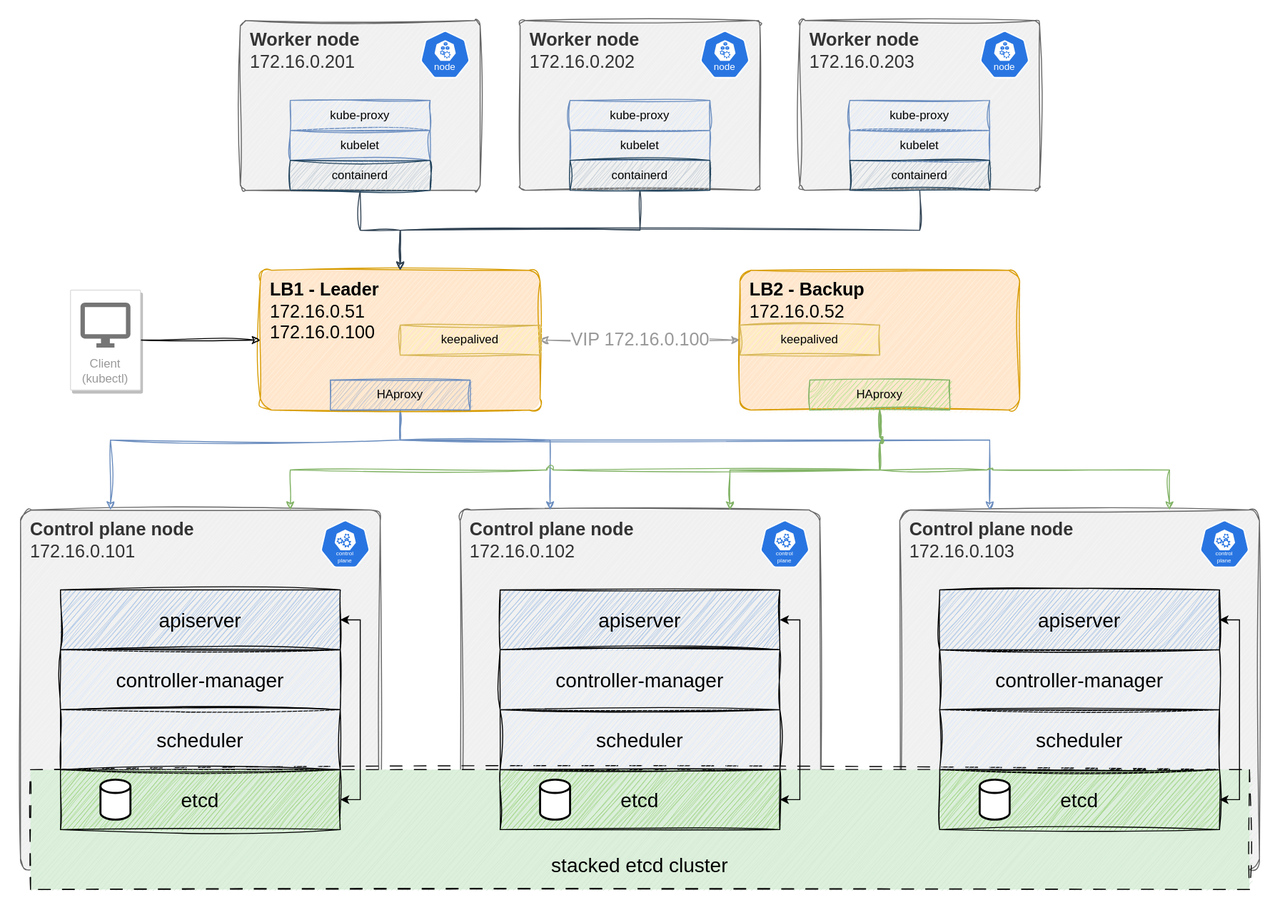
Before: docs/k8s-ha-hyperv-sketch.drawio.svg, a diagram exported from draw.io (mdpdesign/k8s-hyperv-kubeadm). Source tidied: cells renumbered, new cells last; positions are measured from the earlier drawing's top-left corner, leaving out a move shared by most shapes.
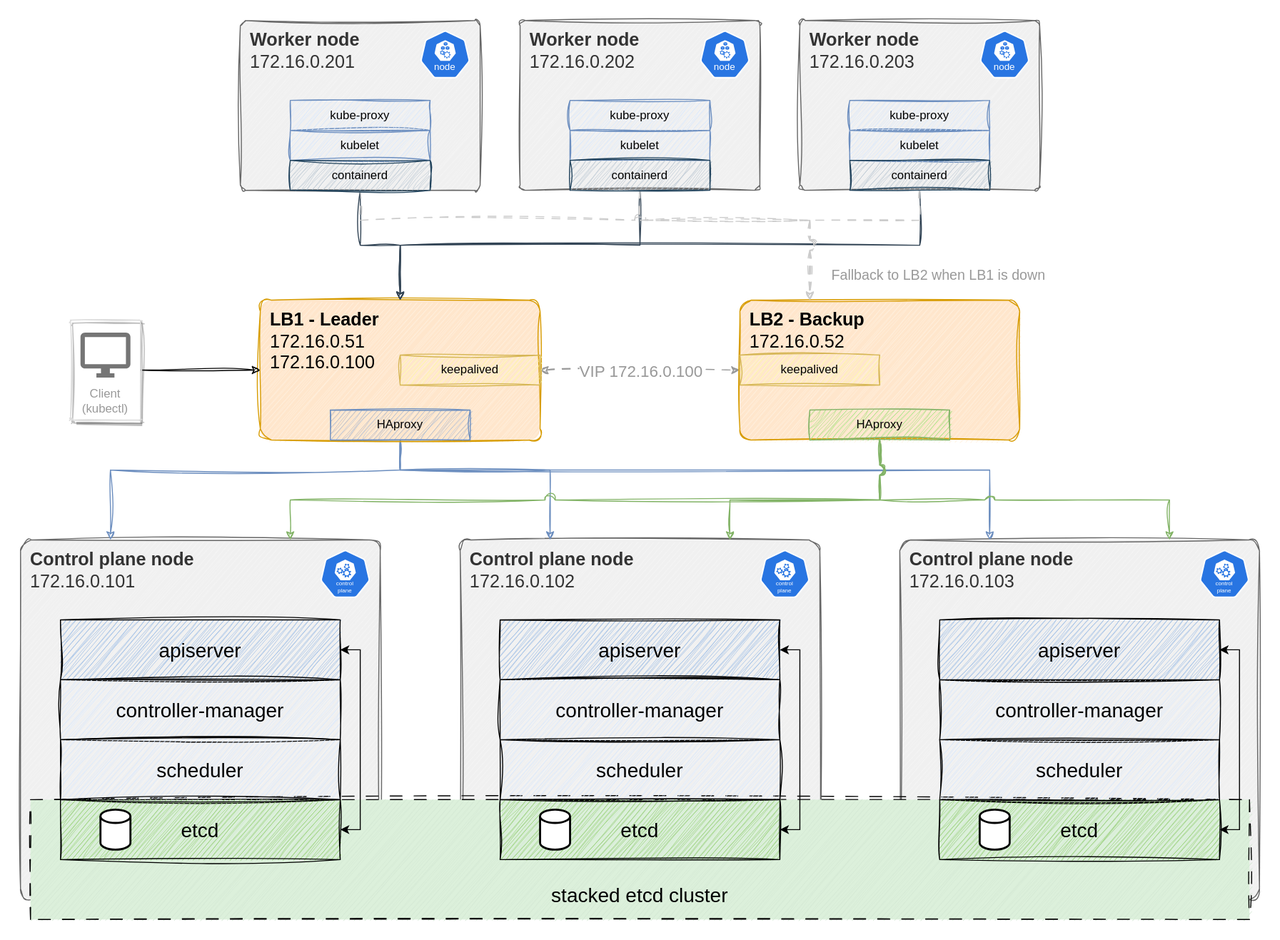
After the commit.

The edit, as a diff of the source:
```diff
@@ -5,3 +5,3 @@
     <mxCell id="2" style="rounded=1;whiteSpace=wrap;html=1;fillColor=#F0F0F0;fontColor=#333333;strokeColor=none;align=left;verticalAlign=top;fontStyle=1;fontSize=18;spacingTop=5;spacing=0;spacingLeft=10;arcSize=3;" parent="1" vertex="1">
-      <mxGeometry x="220" width="240" height="170" as="geometry" />
+      <mxGeometry x="220" y="-30" width="240" height="170" as="geometry" />
     </mxCell>
@@ -23,6 +23,6 @@
     <mxCell id="8" style="rounded=1;whiteSpace=wrap;html=1;fillColor=#F0F0F0;fontColor=#333333;strokeColor=none;align=left;verticalAlign=top;fontStyle=1;fontSize=18;spacingTop=5;spacing=0;spacingLeft=10;arcSize=3;" parent="1" vertex="1">
-      <mxGeometry x="500" width="240" height="170" as="geometry" />
+      <mxGeometry x="500" y="-30" width="240" height="170" as="geometry" />
     </mxCell>
     <mxCell id="9" style="rounded=1;whiteSpace=wrap;html=1;fillColor=#F0F0F0;fontColor=#333333;strokeColor=none;align=left;verticalAlign=top;fontStyle=1;fontSize=18;spacingTop=5;spacing=0;spacingLeft=10;arcSize=3;" parent="1" vertex="1">
-      <mxGeometry x="780" width="240" height="170" as="geometry" />
+      <mxGeometry x="780" y="-30" width="240" height="170" as="geometry" />
     </mxCell>
@@ -45,3 +45,3 @@
     <mxCell id="16" value="Worker node&lt;br&gt;&lt;span style=&quot;font-weight: normal;&quot;&gt;172.16.0.201&lt;/span&gt;" style="rounded=1;whiteSpace=wrap;html=1;fillColor=#f5f5f5;fontColor=#333333;strokeColor=#666666;align=left;verticalAlign=top;fontStyle=1;fontSize=18;spacingTop=5;spacing=0;spacingLeft=10;arcSize=3;sketch=1;curveFitting=1;jiggle=2;" parent="10" vertex="1">
-      <mxGeometry x="220" width="240" height="170" as="geometry" />
+      <mxGeometry x="220" y="-30" width="240" height="170" as="geometry" />
     </mxCell>
@@ -83,9 +83,9 @@
     </mxCell>
-    <mxCell id="29" style="edgeStyle=orthogonalEdgeStyle;rounded=0;jettySize=auto;html=1;exitX=1;exitY=0.5;exitDx=0;exitDy=0;entryX=0;entryY=0.5;entryDx=0;entryDy=0;startArrow=classic;startFill=1;strokeColor=#999999;sketch=1;curveFitting=1;jiggle=2;" parent="10" edge="1" source="34" target="38">
+    <mxCell id="29" style="edgeStyle=orthogonalEdgeStyle;rounded=0;jettySize=auto;html=1;exitX=1;exitY=0.5;exitDx=0;exitDy=0;entryX=0;entryY=0.5;entryDx=0;entryDy=0;startArrow=classic;startFill=1;strokeColor=#999999;sketch=1;curveFitting=1;jiggle=2;elbow=vertical;curved=1;dashed=1;dashPattern=8 8;" parent="10" edge="1" source="34" target="38">
       <mxGeometry relative="1" as="geometry" />
     </mxCell>
-    <mxCell id="30" value="VIP 172.16.0.100" style="edgeLabel;html=1;align=center;verticalAlign=middle;spacing=5;spacingTop=5;spacingLeft=5;spacingBottom=5;spacingRight=5;fontSize=18;fontColor=#999999;" parent="29" vertex="1">
+    <mxCell id="30" value="VIP 172.16.0.100" style="edgeLabel;html=1;align=center;verticalAlign=middle;spacing=5;spacingTop=5;spacingLeft=5;spacingBottom=5;spacingRight=5;fontSize=16;fontColor=#999999;" parent="29" vertex="1">
       <mxGeometry relative="1" as="geometry" />
     </mxCell>
-    <mxCell id="31" style="edgeStyle=orthogonalEdgeStyle;rounded=0;jettySize=auto;html=1;exitX=0.5;exitY=1;exitDx=0;exitDy=0;entryX=0.25;entryY=0;entryDx=0;entryDy=0;jumpStyle=arc;fillColor=#dae8fc;strokeColor=#6c8ebf;strokeWidth=1;sketch=1;curveFitting=1;jiggle=2;" parent="10" edge="1" source="34">
+    <mxCell id="31" style="edgeStyle=orthogonalEdgeStyle;rounded=0;jettySize=auto;html=1;exitX=0.5;exitY=1;exitDx=0;exitDy=0;entryX=0.25;entryY=0;entryDx=0;entryDy=0;jumpStyle=arc;fillColor=#dae8fc;strokeColor=#6c8ebf;strokeWidth=1;sketch=1;curveFitting=1;jiggle=2;jumpSize=10;" parent="10" edge="1" source="34">
       <mxGeometry relative="1" as="geometry">
@@ -98,3 +98,3 @@
     </mxCell>
-    <mxCell id="32" style="edgeStyle=orthogonalEdgeStyle;rounded=0;jettySize=auto;html=1;exitX=0.5;exitY=1;exitDx=0;exitDy=0;entryX=0.25;entryY=0;entryDx=0;entryDy=0;jumpStyle=arc;fillColor=#dae8fc;strokeColor=#6c8ebf;strokeWidth=1;sketch=1;curveFitting=1;jiggle=2;" parent="10" edge="1" source="34">
+    <mxCell id="32" style="edgeStyle=orthogonalEdgeStyle;rounded=0;jettySize=auto;html=1;exitX=0.5;exitY=1;exitDx=0;exitDy=0;entryX=0.25;entryY=0;entryDx=0;entryDy=0;jumpStyle=arc;fillColor=#dae8fc;strokeColor=#6c8ebf;strokeWidth=1;sketch=1;curveFitting=1;jiggle=2;jumpSize=10;" parent="10" edge="1" source="34">
       <mxGeometry relative="1" as="geometry">
@@ -107,3 +107,3 @@
     </mxCell>
-    <mxCell id="33" style="edgeStyle=orthogonalEdgeStyle;rounded=0;jettySize=auto;html=1;exitX=0.5;exitY=1;exitDx=0;exitDy=0;entryX=0.25;entryY=0;entryDx=0;entryDy=0;jumpStyle=arc;fillColor=#dae8fc;strokeColor=#6c8ebf;strokeWidth=1;sketch=1;curveFitting=1;jiggle=2;" parent="10" edge="1" source="34">
+    <mxCell id="33" style="edgeStyle=orthogonalEdgeStyle;rounded=0;jettySize=auto;html=1;exitX=0.5;exitY=1;exitDx=0;exitDy=0;entryX=0.25;entryY=0;entryDx=0;entryDy=0;jumpStyle=arc;fillColor=#dae8fc;strokeColor=#6c8ebf;strokeWidth=1;sketch=1;curveFitting=1;jiggle=2;jumpSize=10;" parent="10" edge="1" source="34">
       <mxGeometry relative="1" as="geometry">
@@ -119,3 +119,3 @@
     </mxCell>
-    <mxCell id="35" style="edgeStyle=orthogonalEdgeStyle;rounded=0;jettySize=auto;html=1;exitX=0.5;exitY=1;exitDx=0;exitDy=0;entryX=0.75;entryY=0;entryDx=0;entryDy=0;jumpStyle=arc;fillColor=#d5e8d4;strokeColor=#82b366;strokeWidth=1;sketch=1;curveFitting=1;jiggle=2;" parent="10" edge="1" source="38">
+    <mxCell id="35" style="edgeStyle=orthogonalEdgeStyle;rounded=0;jettySize=auto;html=1;exitX=0.5;exitY=1;exitDx=0;exitDy=0;entryX=0.75;entryY=0;entryDx=0;entryDy=0;jumpStyle=arc;fillColor=#d5e8d4;strokeColor=#82b366;strokeWidth=1;sketch=1;curveFitting=1;jiggle=2;jumpSize=10;" parent="10" edge="1" source="38">
       <mxGeometry relative="1" as="geometry">
@@ -128,3 +128,3 @@
     </mxCell>
-    <mxCell id="36" style="edgeStyle=orthogonalEdgeStyle;rounded=0;jettySize=auto;html=1;exitX=0.5;exitY=1;exitDx=0;exitDy=0;entryX=0.75;entryY=0;entryDx=0;entryDy=0;jumpStyle=arc;fillColor=#d5e8d4;strokeColor=#82b366;strokeWidth=1;sketch=1;curveFitting=1;jiggle=2;" parent="10" edge="1" source="38">
+    <mxCell id="36" style="edgeStyle=orthogonalEdgeStyle;rounded=0;jettySize=auto;html=1;exitX=0.5;exitY=1;exitDx=0;exitDy=0;entryX=0.75;entryY=0;entryDx=0;entryDy=0;jumpStyle=arc;fillColor=#d5e8d4;strokeColor=#82b366;strokeWidth=1;sketch=1;curveFitting=1;jiggle=2;jumpSize=10;" parent="10" edge="1" source="38">
       <mxGeometry relative="1" as="geometry">
@@ -137,3 +137,3 @@
     </mxCell>
-    <mxCell id="37" style="edgeStyle=orthogonalEdgeStyle;rounded=0;jettySize=auto;html=1;exitX=0.5;exitY=1;exitDx=0;exitDy=0;entryX=0.75;entryY=0;entryDx=0;entryDy=0;jumpStyle=arc;fillColor=#d5e8d4;strokeColor=#82b366;strokeWidth=1;sketch=1;curveFitting=1;jiggle=2;" parent="10" edge="1" source="38">
+    <mxCell id="37" style="edgeStyle=orthogonalEdgeStyle;rounded=0;jettySize=auto;html=1;exitX=0.5;exitY=1;exitDx=0;exitDy=0;entryX=0.75;entryY=0;entryDx=0;entryDy=0;jumpStyle=arc;fillColor=#d5e8d4;strokeColor=#82b366;strokeWidth=1;sketch=1;curveFitting=1;jiggle=2;jumpSize=10;" parent="10" edge="1" source="38">
       <mxGeometry relative="1" as="geometry">
@@ -161,9 +161,9 @@
     </mxCell>
-    <mxCell id="43" style="edgeStyle=orthogonalEdgeStyle;rounded=0;jettySize=auto;html=1;exitX=0.5;exitY=1;exitDx=0;exitDy=0;entryX=0.5;entryY=0;entryDx=0;entryDy=0;fillColor=#647687;strokeColor=#314354;sketch=1;curveFitting=1;jiggle=2;" parent="10" edge="1" source="16" target="34">
+    <mxCell id="43" style="edgeStyle=orthogonalEdgeStyle;rounded=0;jettySize=auto;html=1;exitX=0.5;exitY=1;exitDx=0;exitDy=0;entryX=0.5;entryY=0;entryDx=0;entryDy=0;fillColor=#647687;strokeColor=#314354;sketch=1;curveFitting=1;jiggle=2;jumpStyle=arc;jumpSize=10;" parent="10" edge="1" source="16" target="34">
       <mxGeometry relative="1" as="geometry" />
     </mxCell>
-    <mxCell id="44" style="edgeStyle=orthogonalEdgeStyle;rounded=0;jettySize=auto;html=1;exitX=0.5;exitY=1;exitDx=0;exitDy=0;entryX=0.5;entryY=0;entryDx=0;entryDy=0;fillColor=#647687;strokeColor=#314354;sketch=1;curveFitting=1;jiggle=2;" parent="10" edge="1" source="60" target="34">
+    <mxCell id="44" style="edgeStyle=orthogonalEdgeStyle;rounded=0;jettySize=auto;html=1;exitX=0.5;exitY=1;exitDx=0;exitDy=0;entryX=0.5;entryY=0;entryDx=0;entryDy=0;fillColor=#647687;strokeColor=#314354;sketch=1;curveFitting=1;jiggle=2;jumpStyle=arc;jumpSize=10;" parent="10" edge="1" source="60" target="34">
       <mxGeometry relative="1" as="geometry" />
     </mxCell>
-    <mxCell id="45" style="edgeStyle=orthogonalEdgeStyle;rounded=0;jettySize=auto;html=1;exitX=0.5;exitY=1;exitDx=0;exitDy=0;entryX=0.5;entryY=0;entryDx=0;entryDy=0;fillColor=#647687;strokeColor=#314354;sketch=1;curveFitting=1;jiggle=2;" parent="10" edge="1" source="65" target="34">
+    <mxCell id="45" style="edgeStyle=orthogonalEdgeStyle;rounded=0;jettySize=auto;html=1;exitX=0.5;exitY=1;exitDx=0;exitDy=0;entryX=0.5;entryY=0;entryDx=0;entryDy=0;fillColor=#647687;strokeColor=#314354;sketch=1;curveFitting=1;jiggle=2;jumpStyle=arc;jumpSize=10;" parent="10" edge="1" source="65" target="34">
       <mxGeometry relative="1" as="geometry" />
@@ -182,6 +182,6 @@
     </mxCell>
-    <mxCell id="50" value="Client (kubectl)" style="strokeColor=#dddddd;shadow=1;strokeWidth=1;rounded=1;absoluteArcSize=1;arcSize=2;labelPosition=center;verticalLabelPosition=middle;align=center;verticalAlign=bottom;spacingLeft=0;fontColor=#999999;fontSize=12;whiteSpace=wrap;spacingBottom=2;html=1;" parent="10" vertex="1">
+    <mxCell id="50" value="Client (kubectl)" style="strokeColor=#dddddd;shadow=1;strokeWidth=1;rounded=1;absoluteArcSize=1;arcSize=2;labelPosition=center;verticalLabelPosition=middle;align=center;verticalAlign=bottom;spacingLeft=0;fontColor=#999999;fontSize=12;whiteSpace=wrap;spacingBottom=2;html=1;sketch=1;curveFitting=1;jiggle=2;" parent="10" vertex="1">
       <mxGeometry x="50" y="270" width="70" height="100" as="geometry" />
     </mxCell>
-    <mxCell id="51" style="sketch=0;dashed=0;html=1;fillColor=#757575;strokeColor=none;shape=mxgraph.gcp2.desktop;" parent="50" vertex="1">
+    <mxCell id="51" style="dashed=0;html=1;fillColor=#757575;strokeColor=none;shape=mxgraph.gcp2.desktop;fillStyle=auto;" parent="50" vertex="1">
       <mxGeometry x="0.5" width="50" height="45" relative="1" as="geometry">
@@ -191,42 +191,67 @@
     <mxCell id="52" style="sketch=0;html=1;dashed=0;whitespace=wrap;fillColor=#2875E2;strokeColor=#ffffff;shape=mxgraph.kubernetes.icon2;kubernetesLabel=1;prIcon=node;" parent="10" vertex="1">
-      <mxGeometry x="400" y="10" width="50" height="48" as="geometry" />
+      <mxGeometry x="400" y="-20" width="50" height="48" as="geometry" />
     </mxCell>
     <mxCell id="53" value="kubelet" style="rounded=0;whiteSpace=wrap;html=1;fillColor=#dae8fc;strokeColor=#6c8ebf;sketch=1;curveFitting=1;jiggle=2;" parent="10" vertex="1">
-      <mxGeometry x="270" y="110" width="140" height="30" as="geometry" />
+      <mxGeometry x="270" y="80" width="140" height="30" as="geometry" />
     </mxCell>
     <mxCell id="54" value="kube-proxy" style="rounded=0;whiteSpace=wrap;html=1;fillColor=#dae8fc;strokeColor=#6c8ebf;sketch=1;curveFitting=1;jiggle=2;" parent="10" vertex="1">
-      <mxGeometry x="270" y="80" width="140" height="30" as="geometry" />
+      <mxGeometry x="270" y="50" width="140" height="30" as="geometry" />
     </mxCell>
+    <mxCell id="72" style="edgeStyle=orthogonalEdgeStyle;rounded=0;jettySize=auto;html=1;exitX=0.5;exitY=1;exitDx=0;exitDy=0;sketch=1;curveFitting=1;jiggle=2;strokeColor=#CCCCCC;dashed=1;jumpStyle=arc;jumpSize=10;dashPattern=8 8;" parent="10" edge="1" source="55">
+      <mxGeometry relative="1" as="geometry">
+        <mxPoint x="790" y="250" as="targetPoint" />
+        <Array as="points">
+          <mxPoint x="340" y="170" />
+          <mxPoint x="790" y="170" />
+        </Array>
+      </mxGeometry>
+    </mxCell>
     <mxCell id="55" value="containerd" style="rounded=0;whiteSpace=wrap;html=1;fillColor=#bac8d3;strokeColor=#23445d;sketch=1;curveFitting=1;jiggle=2;shadow=0;" parent="10" vertex="1">
-      <mxGeometry x="270" y="140" width="140" height="30" as="geometry" />
+      <mxGeometry x="270" y="110" width="140" height="30" as="geometry" />
     </mxCell>
     <mxCell id="56" value="Worker node&lt;br&gt;&lt;span style=&quot;font-weight: normal;&quot;&gt;172.16.0.202&lt;/span&gt;" style="rounded=1;whiteSpace=wrap;html=1;fillColor=#f5f5f5;fontColor=#333333;strokeColor=#666666;align=left;verticalAlign=top;fontStyle=1;fontSize=18;spacingTop=5;spacing=0;spacingLeft=10;arcSize=3;sketch=1;curveFitting=1;jiggle=2;" parent="10" vertex="1">
-      <mxGeometry x="500" width="240" height="170" as="geometry" />
+      <mxGeometry x="500" y="-30" width="240" height="170" as="geometry" />
     </mxCell>
     <mxCell id="57" style="sketch=0;html=1;dashed=0;whitespace=wrap;fillColor=#2875E2;strokeColor=#ffffff;shape=mxgraph.kubernetes.icon2;kubernetesLabel=1;prIcon=node;" parent="10" vertex="1">
-      <mxGeometry x="680" y="10" width="50" height="48" as="geometry" />
+      <mxGeometry x="680" y="-20" width="50" height="48" as="geometry" />
     </mxCell>
     <mxCell id="58" value="kubelet" style="rounded=0;whiteSpace=wrap;html=1;fillColor=#dae8fc;strokeColor=#6c8ebf;sketch=1;curveFitting=1;jiggle=2;" parent="10" vertex="1">
-      <mxGeometry x="550" y="110" width="140" height="30" as="geometry" />
+      <mxGeometry x="550" y="80" width="140" height="30" as="geometry" />
     </mxCell>
     <mxCell id="59" value="kube-proxy" style="rounded=0;whiteSpace=wrap;html=1;fillColor=#dae8fc;strokeColor=#6c8ebf;sketch=1;curveFitting=1;jiggle=2;" parent="10" vertex="1">
-      <mxGeometry x="550" y="80" width="140" height="30" as="geometry" />
+      <mxGeometry x="550" y="50" width="140" height="30" as="geometry" />
     </mxCell>
+    <mxCell id="73" style="edgeStyle=orthogonalEdgeStyle;rounded=0;jettySize=auto;html=1;exitX=0.5;exitY=1;exitDx=0;exitDy=0;entryX=0.25;entryY=0;entryDx=0;entryDy=0;sketch=1;curveFitting=1;jiggle=2;strokeColor=#CCCCCC;dashed=1;jumpStyle=arc;jumpSize=10;dashPattern=8 8;" parent="10" edge="1" source="60" target="38">
+      <mxGeometry relative="1" as="geometry">
+        <Array as="points">
+          <mxPoint x="620" y="170" />
+          <mxPoint x="790" y="170" />
+        </Array>
+      </mxGeometry>
+    </mxCell>
     <mxCell id="60" value="containerd" style="rounded=0;whiteSpace=wrap;html=1;fillColor=#bac8d3;strokeColor=#23445d;sketch=1;curveFitting=1;jiggle=2;" parent="10" vertex="1">
-      <mxGeometry x="550" y="140" width="140" height="30" as="geometry" />
+      <mxGeometry x="550" y="110" width="140" height="30" as="geometry" />
     </mxCell>
     <mxCell id="61" value="Worker node&lt;br&gt;&lt;span style=&quot;font-weight: normal;&quot;&gt;172.16.0.203&lt;/span&gt;" style="rounded=1;whiteSpace=wrap;html=1;fillColor=#f5f5f5;fontColor=#333333;strokeColor=#666666;align=left;verticalAlign=top;fontStyle=1;fontSize=18;spacingTop=5;spacing=0;spacingLeft=10;arcSize=3;sketch=1;curveFitting=1;jiggle=2;" parent="10" vertex="1">
-      <mxGeometry x="780" width="240" height="170" as="geometry" />
+      <mxGeometry x="780" y="-30" width="240" height="170" as="geometry" />
     </mxCell>
     <mxCell id="62" style="sketch=0;html=1;dashed=0;whitespace=wrap;fillColor=#2875E2;strokeColor=#ffffff;shape=mxgraph.kubernetes.icon2;kubernetesLabel=1;prIcon=node;" parent="10" vertex="1">
-      <mxGeometry x="960" y="10" width="50" height="48" as="geometry" />
+      <mxGeometry x="960" y="-20" width="50" height="48" as="geometry" />
     </mxCell>
     <mxCell id="63" value="kubelet" style="rounded=0;whiteSpace=wrap;html=1;fillColor=#dae8fc;strokeColor=#6c8ebf;sketch=1;curveFitting=1;jiggle=2;" parent="10" vertex="1">
-      <mxGeometry x="830" y="110" width="140" height="30" as="geometry" />
+      <mxGeometry x="830" y="80" width="140" height="30" as="geometry" />
     </mxCell>
     <mxCell id="64" value="kube-proxy" style="rounded=0;whiteSpace=wrap;html=1;fillColor=#dae8fc;strokeColor=#6c8ebf;sketch=1;curveFitting=1;jiggle=2;" parent="10" vertex="1">
-      <mxGeometry x="830" y="80" width="140" height="30" as="geometry" />
+      <mxGeometry x="830" y="50" width="140" height="30" as="geometry" />
     </mxCell>
+    <mxCell id="74" style="edgeStyle=orthogonalEdgeStyle;rounded=0;jettySize=auto;html=1;exitX=0.5;exitY=1;exitDx=0;exitDy=0;entryX=0.25;entryY=0;entryDx=0;entryDy=0;sketch=1;curveFitting=1;jiggle=2;strokeColor=#CCCCCC;dashed=1;jumpStyle=arc;jumpSize=10;dashPattern=8 8;" parent="10" edge="1" source="65" target="38">
+      <mxGeometry relative="1" as="geometry">
+        <Array as="points">
+          <mxPoint x="900" y="170" />
+          <mxPoint x="790" y="170" />
+        </Array>
+      </mxGeometry>
+    </mxCell>
     <mxCell id="65" value="containerd" style="rounded=0;whiteSpace=wrap;html=1;fillColor=#bac8d3;strokeColor=#23445d;sketch=1;curveFitting=1;jiggle=2;" parent="10" vertex="1">
-      <mxGeometry x="830" y="140" width="140" height="30" as="geometry" />
+      <mxGeometry x="830" y="110" width="140" height="30" as="geometry" />
     </mxCell>
@@ -250,2 +275,5 @@
     </mxCell>
+    <mxCell id="75" value="Fallback to LB2 when LB1 is down" style="text;html=1;strokeColor=none;fillColor=none;align=left;verticalAlign=middle;whiteSpace=wrap;rounded=0;fontSize=14;fontColor=#999999;" parent="10" vertex="1">
+      <mxGeometry x="810" y="210" width="230" height="30" as="geometry" />
+    </mxCell>
   </root>
```
